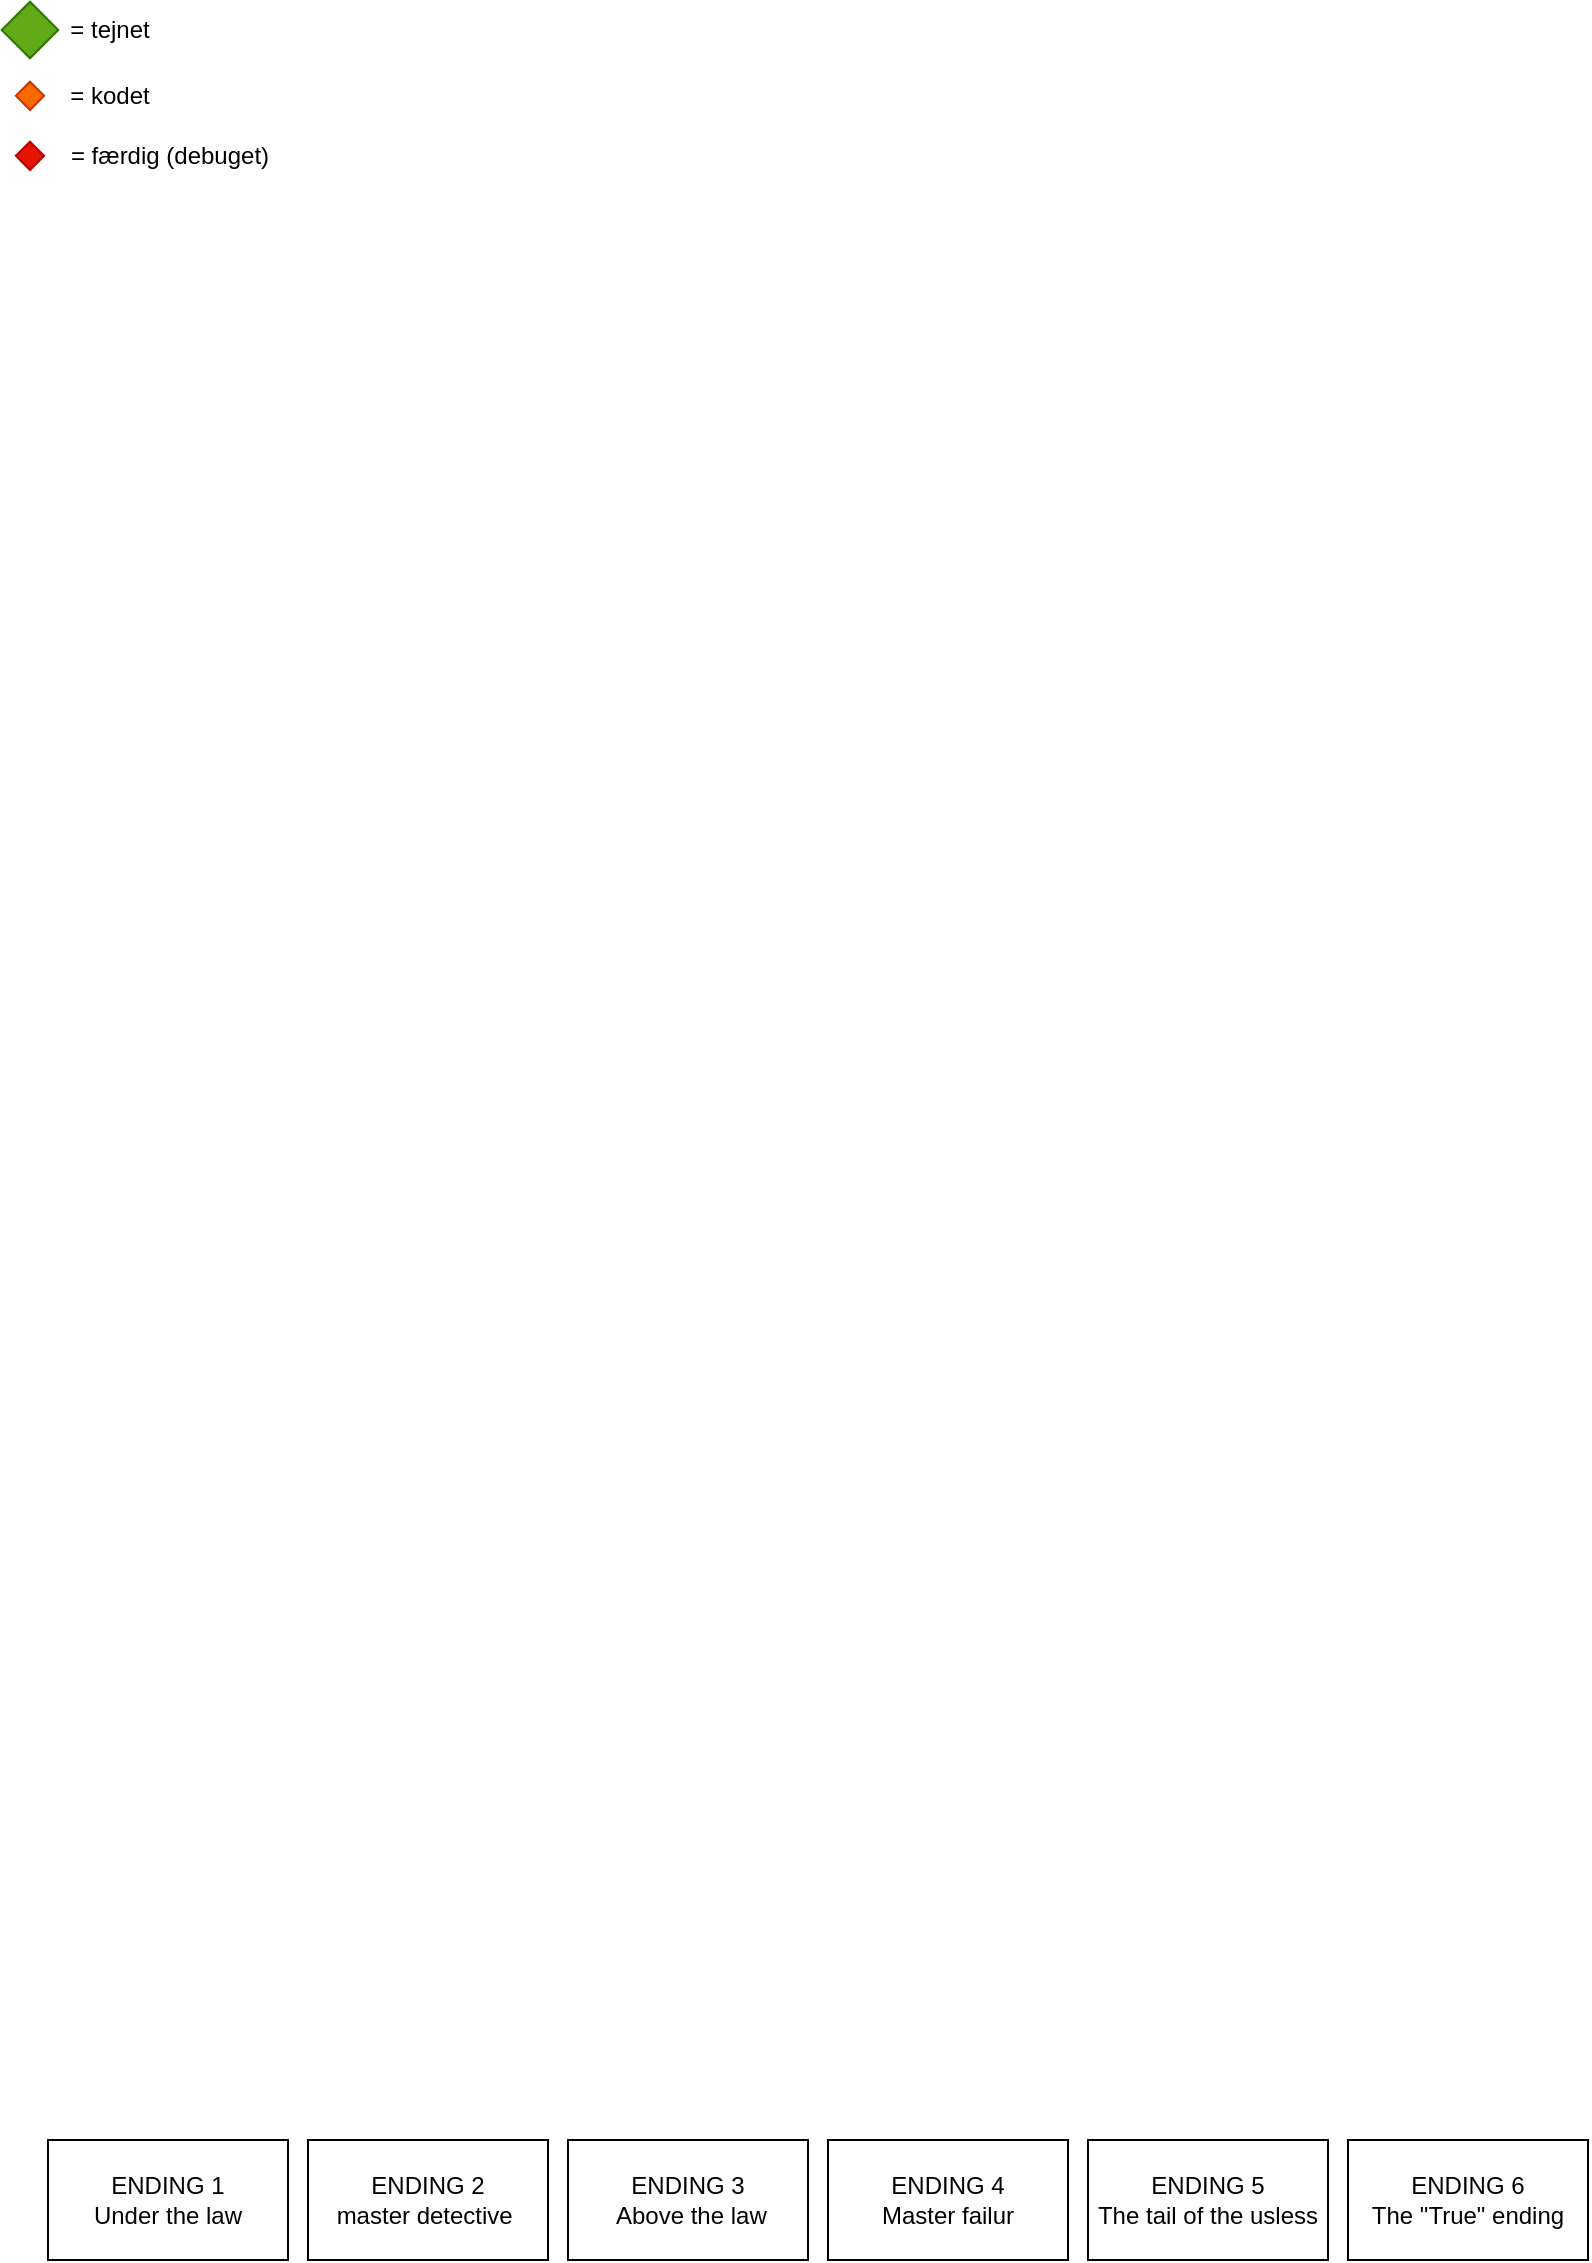
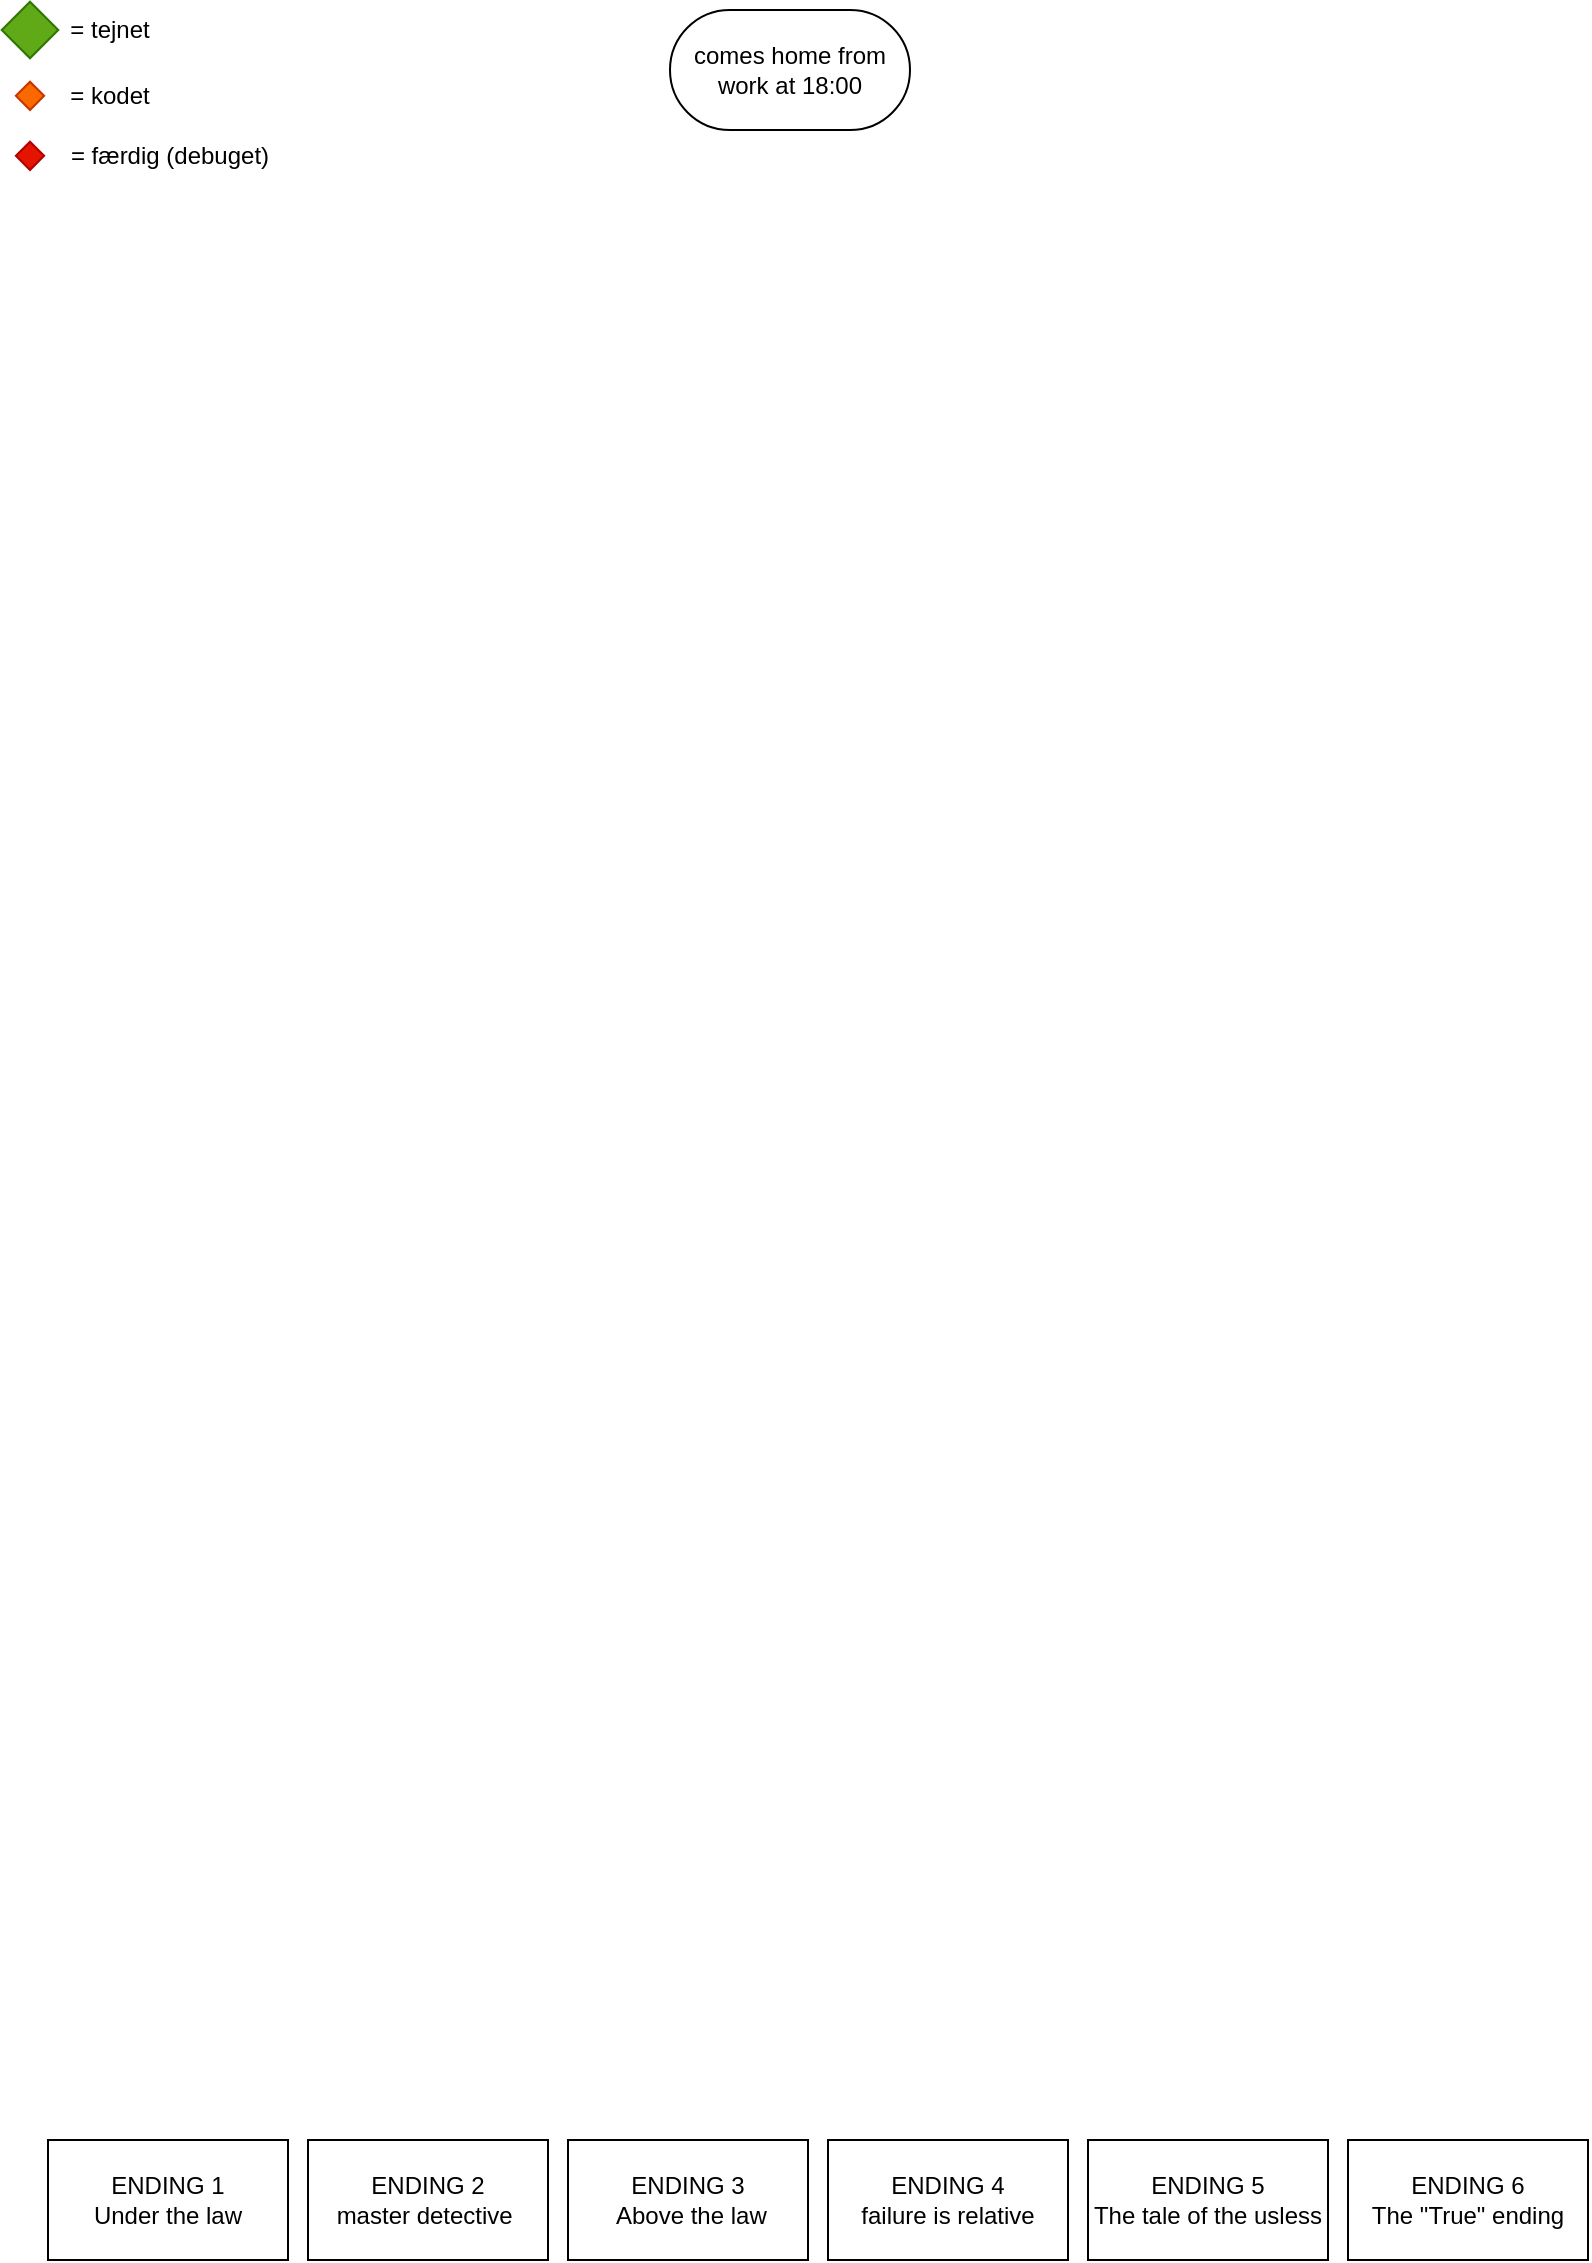
- <mxfile host="Electron" agent="Mozilla/5.0 (Windows NT 10.0; Win64; x64) AppleWebKit/537.36 (KHTML, like Gecko) draw.io/29.0.3 Chrome/140.0.7339.249 Electron/38.7.0 Safari/537.36" version="29.0.3">
+ <mxfile host="Electron" agent="Mozilla/5.0 (X11; Linux x86_64) AppleWebKit/537.36 (KHTML, like Gecko) draw.io/29.0.3 Chrome/140.0.7339.249 Electron/38.7.0 Safari/537.36" version="29.0.3">
  <diagram name="Side-1" id="u6lEDHs33NAlhhUbkCJO">
-     <mxGraphModel dx="2081" dy="1201" grid="1" gridSize="10" guides="1" tooltips="1" connect="1" arrows="1" fold="1" page="1" pageScale="1" pageWidth="827" pageHeight="1169" math="0" shadow="0">
+     <mxGraphModel dx="1345" dy="664" grid="1" gridSize="10" guides="1" tooltips="1" connect="1" arrows="1" fold="1" page="1" pageScale="1" pageWidth="827" pageHeight="1169" math="0" shadow="0">
      <root>
        <mxCell id="0" />
        <mxCell id="1" parent="0" />
        <mxCell id="Gkl9_cEibegPeH9B7f_F-1" value="" style="shape=cross;whiteSpace=wrap;html=1;fillColor=#60a917;fontColor=#ffffff;strokeColor=#2D7600;size=1;rotation=45;" parent="1" vertex="1">
          <mxGeometry x="10.002135623730965" y="15.00213562373095" width="20" height="20" as="geometry" />
        </mxCell>
        <mxCell id="Gkl9_cEibegPeH9B7f_F-3" value="= tejnet" style="text;html=1;align=center;verticalAlign=middle;whiteSpace=wrap;rounded=0;" parent="1" vertex="1">
          <mxGeometry x="30" y="10" width="60" height="30" as="geometry" />
        </mxCell>
        <mxCell id="Gkl9_cEibegPeH9B7f_F-4" value="" style="shape=cross;whiteSpace=wrap;html=1;fillColor=#fa6800;fontColor=#000000;strokeColor=#C73500;size=1;rotation=45;" parent="1" vertex="1">
          <mxGeometry x="15" y="52.93" width="10" height="10" as="geometry" />
        </mxCell>
        <mxCell id="Gkl9_cEibegPeH9B7f_F-5" value="= kodet" style="text;html=1;align=center;verticalAlign=middle;whiteSpace=wrap;rounded=0;" parent="1" vertex="1">
          <mxGeometry x="30" y="42.93" width="60" height="30" as="geometry" />
        </mxCell>
        <mxCell id="Gkl9_cEibegPeH9B7f_F-7" value="" style="shape=cross;whiteSpace=wrap;html=1;fillColor=#e51400;fontColor=#ffffff;strokeColor=#B20000;size=1;rotation=45;" parent="1" vertex="1">
          <mxGeometry x="15.001067811865482" y="82.93106781186549" width="10" height="10" as="geometry" />
        </mxCell>
        <mxCell id="Gkl9_cEibegPeH9B7f_F-8" value="= færdig (debuget)" style="text;html=1;align=center;verticalAlign=middle;whiteSpace=wrap;rounded=0;" parent="1" vertex="1">
          <mxGeometry x="30" y="72.93" width="120" height="30" as="geometry" />
        </mxCell>
-         <mxCell id="KsyJlo4QITjawsJ5vBy0-1" value="ENDING 1&lt;div&gt;Under the law&lt;/div&gt;" style="rounded=0;whiteSpace=wrap;html=1;" vertex="1" parent="1">
+         <mxCell id="KsyJlo4QITjawsJ5vBy0-1" value="ENDING 1&lt;div&gt;Under the law&lt;/div&gt;" style="rounded=0;whiteSpace=wrap;html=1;" parent="1" vertex="1">
          <mxGeometry x="29" y="1080" width="120" height="60" as="geometry" />
        </mxCell>
-         <mxCell id="KsyJlo4QITjawsJ5vBy0-4" value="ENDING 2&lt;div&gt;master detective&amp;nbsp;&lt;/div&gt;" style="rounded=0;whiteSpace=wrap;html=1;" vertex="1" parent="1">
+         <mxCell id="KsyJlo4QITjawsJ5vBy0-4" value="ENDING 2&lt;div&gt;master detective&amp;nbsp;&lt;/div&gt;" style="rounded=0;whiteSpace=wrap;html=1;" parent="1" vertex="1">
          <mxGeometry x="159" y="1080" width="120" height="60" as="geometry" />
        </mxCell>
-         <mxCell id="KsyJlo4QITjawsJ5vBy0-5" value="ENDING 4&lt;div&gt;Master failur&lt;/div&gt;" style="rounded=0;whiteSpace=wrap;html=1;" vertex="1" parent="1">
+         <mxCell id="KsyJlo4QITjawsJ5vBy0-5" value="ENDING 4&lt;div&gt;failure is relative&lt;/div&gt;" style="rounded=0;whiteSpace=wrap;html=1;" parent="1" vertex="1">
          <mxGeometry x="419" y="1080" width="120" height="60" as="geometry" />
        </mxCell>
-         <mxCell id="KsyJlo4QITjawsJ5vBy0-6" value="ENDING 3&lt;div&gt;&amp;nbsp;Above the law&lt;/div&gt;" style="rounded=0;whiteSpace=wrap;html=1;" vertex="1" parent="1">
+         <mxCell id="KsyJlo4QITjawsJ5vBy0-6" value="ENDING 3&lt;div&gt;&amp;nbsp;Above the law&lt;/div&gt;" style="rounded=0;whiteSpace=wrap;html=1;" parent="1" vertex="1">
          <mxGeometry x="289" y="1080" width="120" height="60" as="geometry" />
        </mxCell>
-         <mxCell id="KsyJlo4QITjawsJ5vBy0-7" value="ENDING 5&lt;div&gt;The tail of the usless&lt;/div&gt;" style="rounded=0;whiteSpace=wrap;html=1;" vertex="1" parent="1">
+         <mxCell id="KsyJlo4QITjawsJ5vBy0-7" value="ENDING 5&lt;div&gt;The tale of the usless&lt;/div&gt;" style="rounded=0;whiteSpace=wrap;html=1;" parent="1" vertex="1">
          <mxGeometry x="549" y="1080" width="120" height="60" as="geometry" />
        </mxCell>
-         <mxCell id="KsyJlo4QITjawsJ5vBy0-8" value="ENDING 6&lt;div&gt;The &quot;True&quot; ending&lt;/div&gt;" style="rounded=0;whiteSpace=wrap;html=1;" vertex="1" parent="1">
+         <mxCell id="KsyJlo4QITjawsJ5vBy0-8" value="ENDING 6&lt;div&gt;The &quot;True&quot; ending&lt;/div&gt;" style="rounded=0;whiteSpace=wrap;html=1;" parent="1" vertex="1">
          <mxGeometry x="679" y="1080" width="120" height="60" as="geometry" />
+         </mxCell>
+         <mxCell id="L6H_XOn5DojPOSL1ez4f-1" value="comes home from work at 18:00" style="rounded=1;whiteSpace=wrap;html=1;arcSize=50;" vertex="1" parent="1">
+           <mxGeometry x="340" y="15.000000000000007" width="120" height="60" as="geometry" />
        </mxCell>
      </root>
    </mxGraphModel>
  </diagram>
</mxfile>
